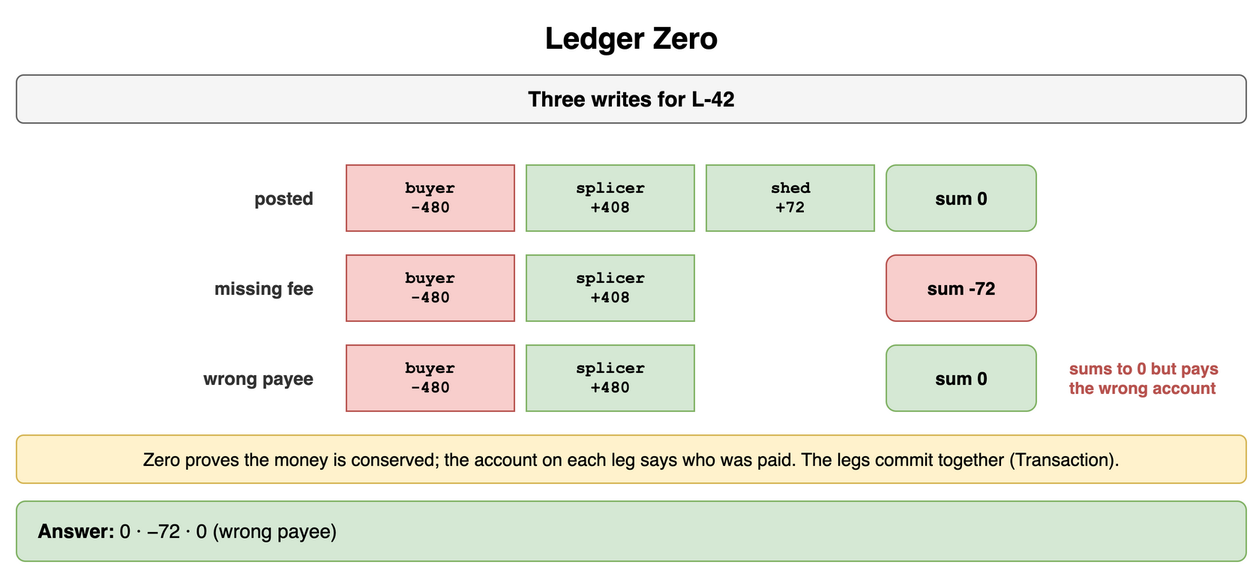
Above: content/09_System_Design_Interview/23_Payment_and_Financial_Systems/diagrams/payments-drills-5-ledger-zero.png in amendez13/swe-study-guide (draw.io), before the change. Source tidied: cells renumbered, new cells last; positions are measured from the earlier drawing's top-left corner, leaving out a move shared by most shapes. Source of this version:
```xml
<mxGraphModel>
  <root>
    <mxCell id="0" />
    <mxCell id="1" parent="0" />
    <mxCell id="2" value="Ledger Zero" style="text;html=1;align=center;verticalAlign=middle;whiteSpace=wrap;fontSize=20;fontStyle=1;" parent="1" vertex="1">
      <mxGeometry width="820" height="30" as="geometry" />
    </mxCell>
    <mxCell id="3" value="Three writes for L-42" style="rounded=1;whiteSpace=wrap;html=1;fillColor=#f5f5f5;strokeColor=#666666;fontStyle=1;fontSize=14;" parent="1" vertex="1">
      <mxGeometry y="40" width="820" height="32" as="geometry" />
    </mxCell>
    <mxCell id="4" value="posted" style="text;html=1;whiteSpace=wrap;fontSize=11;align=right;verticalAlign=middle;fontSize=12;fontColor=#333333;fontStyle=1;" parent="1" vertex="1">
      <mxGeometry y="100" width="200" height="44" as="geometry" />
    </mxCell>
    <mxCell id="5" value="buyer&lt;br&gt;-480" style="rounded=0;whiteSpace=wrap;html=1;fontFamily=Courier New;fontStyle=1;fontSize=13;fillColor=#f8cecc;strokeColor=#b85450;fontSize=11;" parent="1" vertex="1">
      <mxGeometry x="220" y="100" width="112" height="44" as="geometry" />
    </mxCell>
    <mxCell id="6" value="splicer&lt;br&gt;+408" style="rounded=0;whiteSpace=wrap;html=1;fontFamily=Courier New;fontStyle=1;fontSize=13;fillColor=#d5e8d4;strokeColor=#82b366;fontSize=11;" parent="1" vertex="1">
      <mxGeometry x="340" y="100" width="112" height="44" as="geometry" />
    </mxCell>
    <mxCell id="7" value="shed&lt;br&gt;+72" style="rounded=0;whiteSpace=wrap;html=1;fontFamily=Courier New;fontStyle=1;fontSize=13;fillColor=#d5e8d4;strokeColor=#82b366;fontSize=11;" parent="1" vertex="1">
      <mxGeometry x="460" y="100" width="112" height="44" as="geometry" />
    </mxCell>
    <mxCell id="8" value="sum 0" style="rounded=1;whiteSpace=wrap;html=1;fillColor=#d5e8d4;strokeColor=#82b366;fontSize=12;align=center;fontStyle=1;" parent="1" vertex="1">
      <mxGeometry x="580" y="100" width="100" height="44" as="geometry" />
    </mxCell>
    <mxCell id="9" value="missing fee" style="text;html=1;whiteSpace=wrap;fontSize=11;align=right;verticalAlign=middle;fontSize=12;fontColor=#333333;fontStyle=1;" parent="1" vertex="1">
      <mxGeometry y="160" width="200" height="44" as="geometry" />
    </mxCell>
    <mxCell id="10" value="buyer&lt;br&gt;-480" style="rounded=0;whiteSpace=wrap;html=1;fontFamily=Courier New;fontStyle=1;fontSize=13;fillColor=#f8cecc;strokeColor=#b85450;fontSize=11;" parent="1" vertex="1">
      <mxGeometry x="220" y="160" width="112" height="44" as="geometry" />
    </mxCell>
    <mxCell id="11" value="splicer&lt;br&gt;+408" style="rounded=0;whiteSpace=wrap;html=1;fontFamily=Courier New;fontStyle=1;fontSize=13;fillColor=#d5e8d4;strokeColor=#82b366;fontSize=11;" parent="1" vertex="1">
      <mxGeometry x="340" y="160" width="112" height="44" as="geometry" />
    </mxCell>
    <mxCell id="12" value="sum -72" style="rounded=1;whiteSpace=wrap;html=1;fillColor=#f8cecc;strokeColor=#b85450;fontSize=12;align=center;fontStyle=1;" parent="1" vertex="1">
      <mxGeometry x="580" y="160" width="100" height="44" as="geometry" />
    </mxCell>
    <mxCell id="13" value="wrong payee" style="text;html=1;whiteSpace=wrap;fontSize=11;align=right;verticalAlign=middle;fontSize=12;fontColor=#333333;fontStyle=1;" parent="1" vertex="1">
      <mxGeometry y="220" width="200" height="44" as="geometry" />
    </mxCell>
    <mxCell id="14" value="buyer&lt;br&gt;-480" style="rounded=0;whiteSpace=wrap;html=1;fontFamily=Courier New;fontStyle=1;fontSize=13;fillColor=#f8cecc;strokeColor=#b85450;fontSize=11;" parent="1" vertex="1">
      <mxGeometry x="220" y="220" width="112" height="44" as="geometry" />
    </mxCell>
    <mxCell id="15" value="splicer&lt;br&gt;+480" style="rounded=0;whiteSpace=wrap;html=1;fontFamily=Courier New;fontStyle=1;fontSize=13;fillColor=#d5e8d4;strokeColor=#82b366;fontSize=11;" parent="1" vertex="1">
      <mxGeometry x="340" y="220" width="112" height="44" as="geometry" />
    </mxCell>
    <mxCell id="16" value="sum 0" style="rounded=1;whiteSpace=wrap;html=1;fillColor=#d5e8d4;strokeColor=#82b366;fontSize=12;align=center;fontStyle=1;" parent="1" vertex="1">
      <mxGeometry x="580" y="220" width="100" height="44" as="geometry" />
    </mxCell>
    <mxCell id="17" value="sums to 0 but pays the wrong account" style="text;html=1;whiteSpace=wrap;fontSize=11;align=left;verticalAlign=middle;fontSize=11;fontColor=#b85450;fontStyle=1;" parent="1" vertex="1">
      <mxGeometry x="700" y="220" width="120" height="44" as="geometry" />
    </mxCell>
    <mxCell id="18" value="Zero proves the money is conserved; the account on each leg says who was paid. The legs commit together (Transaction)." style="rounded=1;whiteSpace=wrap;html=1;fillColor=#fff2cc;strokeColor=#d6b656;fontSize=12;align=center;" parent="1" vertex="1">
      <mxGeometry y="280" width="820" height="32" as="geometry" />
    </mxCell>
    <mxCell id="19" value="&lt;b&gt;Answer:&lt;/b&gt; 0 · −72 · 0 (wrong payee)" style="rounded=1;whiteSpace=wrap;html=1;fillColor=#d5e8d4;strokeColor=#82b366;fontSize=13;align=left;spacingLeft=12;" parent="1" vertex="1">
      <mxGeometry y="324" width="820" height="40" as="geometry" />
    </mxCell>
  </root>
</mxGraphModel>
```
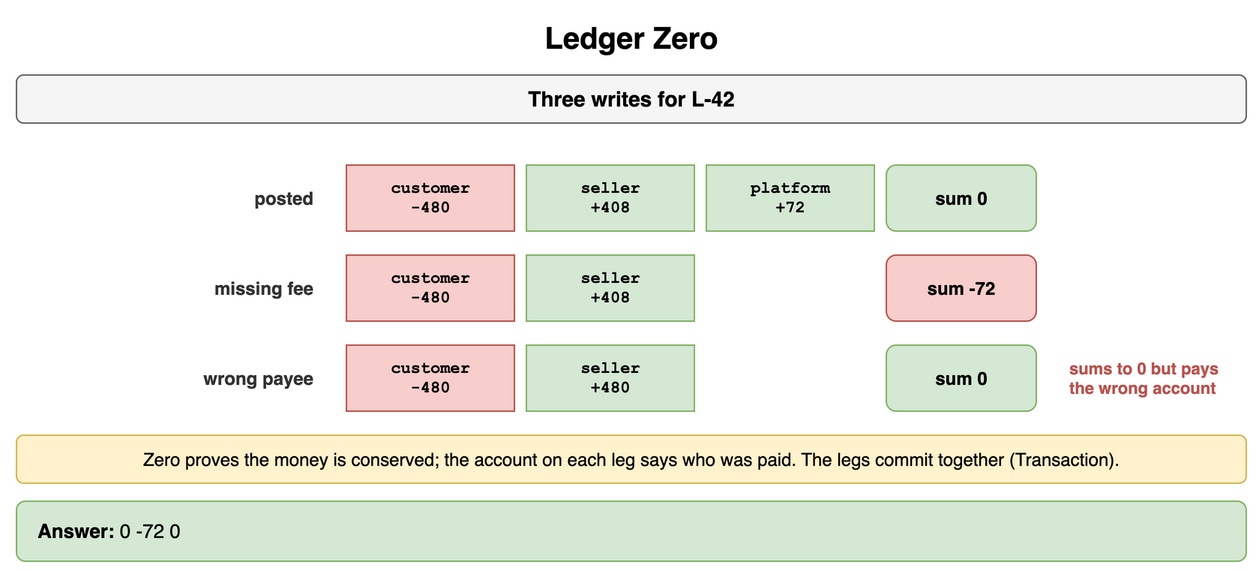
The same diagram one commit later.

The edit, as a diff of the source:
```diff
@@ -11,13 +11,13 @@
     <mxCell id="4" value="posted" style="text;html=1;whiteSpace=wrap;fontSize=11;align=right;verticalAlign=middle;fontSize=12;fontColor=#333333;fontStyle=1;" parent="1" vertex="1">
       <mxGeometry y="100" width="200" height="44" as="geometry" />
     </mxCell>
-    <mxCell id="5" value="buyer&lt;br&gt;-480" style="rounded=0;whiteSpace=wrap;html=1;fontFamily=Courier New;fontStyle=1;fontSize=13;fillColor=#f8cecc;strokeColor=#b85450;fontSize=11;" parent="1" vertex="1">
+    <mxCell id="5" value="customer&lt;br&gt;-480" style="rounded=0;whiteSpace=wrap;html=1;fontFamily=Courier New;fontStyle=1;fontSize=13;fillColor=#f8cecc;strokeColor=#b85450;fontSize=11;" parent="1" vertex="1">
       <mxGeometry x="220" y="100" width="112" height="44" as="geometry" />
     </mxCell>
-    <mxCell id="6" value="splicer&lt;br&gt;+408" style="rounded=0;whiteSpace=wrap;html=1;fontFamily=Courier New;fontStyle=1;fontSize=13;fillColor=#d5e8d4;strokeColor=#82b366;fontSize=11;" parent="1" vertex="1">
+    <mxCell id="6" value="seller&lt;br&gt;+408" style="rounded=0;whiteSpace=wrap;html=1;fontFamily=Courier New;fontStyle=1;fontSize=13;fillColor=#d5e8d4;strokeColor=#82b366;fontSize=11;" parent="1" vertex="1">
       <mxGeometry x="340" y="100" width="112" height="44" as="geometry" />
     </mxCell>
-    <mxCell id="7" value="shed&lt;br&gt;+72" style="rounded=0;whiteSpace=wrap;html=1;fontFamily=Courier New;fontStyle=1;fontSize=13;fillColor=#d5e8d4;strokeColor=#82b366;fontSize=11;" parent="1" vertex="1">
+    <mxCell id="7" value="platform&lt;br&gt;+72" style="rounded=0;whiteSpace=wrap;html=1;fontFamily=Courier New;fontStyle=1;fontSize=13;fillColor=#d5e8d4;strokeColor=#82b366;fontSize=11;" parent="1" vertex="1">
       <mxGeometry x="460" y="100" width="112" height="44" as="geometry" />
     </mxCell>
     <mxCell id="8" value="sum 0" style="rounded=1;whiteSpace=wrap;html=1;fillColor=#d5e8d4;strokeColor=#82b366;fontSize=12;align=center;fontStyle=1;" parent="1" vertex="1">
@@ -26,10 +26,10 @@
     <mxCell id="9" value="missing fee" style="text;html=1;whiteSpace=wrap;fontSize=11;align=right;verticalAlign=middle;fontSize=12;fontColor=#333333;fontStyle=1;" parent="1" vertex="1">
       <mxGeometry y="160" width="200" height="44" as="geometry" />
     </mxCell>
-    <mxCell id="10" value="buyer&lt;br&gt;-480" style="rounded=0;whiteSpace=wrap;html=1;fontFamily=Courier New;fontStyle=1;fontSize=13;fillColor=#f8cecc;strokeColor=#b85450;fontSize=11;" parent="1" vertex="1">
+    <mxCell id="10" value="customer&lt;br&gt;-480" style="rounded=0;whiteSpace=wrap;html=1;fontFamily=Courier New;fontStyle=1;fontSize=13;fillColor=#f8cecc;strokeColor=#b85450;fontSize=11;" parent="1" vertex="1">
       <mxGeometry x="220" y="160" width="112" height="44" as="geometry" />
     </mxCell>
-    <mxCell id="11" value="splicer&lt;br&gt;+408" style="rounded=0;whiteSpace=wrap;html=1;fontFamily=Courier New;fontStyle=1;fontSize=13;fillColor=#d5e8d4;strokeColor=#82b366;fontSize=11;" parent="1" vertex="1">
+    <mxCell id="11" value="seller&lt;br&gt;+408" style="rounded=0;whiteSpace=wrap;html=1;fontFamily=Courier New;fontStyle=1;fontSize=13;fillColor=#d5e8d4;strokeColor=#82b366;fontSize=11;" parent="1" vertex="1">
       <mxGeometry x="340" y="160" width="112" height="44" as="geometry" />
     </mxCell>
     <mxCell id="12" value="sum -72" style="rounded=1;whiteSpace=wrap;html=1;fillColor=#f8cecc;strokeColor=#b85450;fontSize=12;align=center;fontStyle=1;" parent="1" vertex="1">
@@ -38,10 +38,10 @@
     <mxCell id="13" value="wrong payee" style="text;html=1;whiteSpace=wrap;fontSize=11;align=right;verticalAlign=middle;fontSize=12;fontColor=#333333;fontStyle=1;" parent="1" vertex="1">
       <mxGeometry y="220" width="200" height="44" as="geometry" />
     </mxCell>
-    <mxCell id="14" value="buyer&lt;br&gt;-480" style="rounded=0;whiteSpace=wrap;html=1;fontFamily=Courier New;fontStyle=1;fontSize=13;fillColor=#f8cecc;strokeColor=#b85450;fontSize=11;" parent="1" vertex="1">
+    <mxCell id="14" value="customer&lt;br&gt;-480" style="rounded=0;whiteSpace=wrap;html=1;fontFamily=Courier New;fontStyle=1;fontSize=13;fillColor=#f8cecc;strokeColor=#b85450;fontSize=11;" parent="1" vertex="1">
       <mxGeometry x="220" y="220" width="112" height="44" as="geometry" />
     </mxCell>
-    <mxCell id="15" value="splicer&lt;br&gt;+480" style="rounded=0;whiteSpace=wrap;html=1;fontFamily=Courier New;fontStyle=1;fontSize=13;fillColor=#d5e8d4;strokeColor=#82b366;fontSize=11;" parent="1" vertex="1">
+    <mxCell id="15" value="seller&lt;br&gt;+480" style="rounded=0;whiteSpace=wrap;html=1;fontFamily=Courier New;fontStyle=1;fontSize=13;fillColor=#d5e8d4;strokeColor=#82b366;fontSize=11;" parent="1" vertex="1">
       <mxGeometry x="340" y="220" width="112" height="44" as="geometry" />
     </mxCell>
     <mxCell id="16" value="sum 0" style="rounded=1;whiteSpace=wrap;html=1;fillColor=#d5e8d4;strokeColor=#82b366;fontSize=12;align=center;fontStyle=1;" parent="1" vertex="1">
@@ -53,7 +53,7 @@
     <mxCell id="18" value="Zero proves the money is conserved; the account on each leg says who was paid. The legs commit together (Transaction)." style="rounded=1;whiteSpace=wrap;html=1;fillColor=#fff2cc;strokeColor=#d6b656;fontSize=12;align=center;" parent="1" vertex="1">
       <mxGeometry y="280" width="820" height="32" as="geometry" />
     </mxCell>
-    <mxCell id="19" value="&lt;b&gt;Answer:&lt;/b&gt; 0 · −72 · 0 (wrong payee)" style="rounded=1;whiteSpace=wrap;html=1;fillColor=#d5e8d4;strokeColor=#82b366;fontSize=13;align=left;spacingLeft=12;" parent="1" vertex="1">
+    <mxCell id="19" value="&lt;b&gt;Answer:&lt;/b&gt; 0 -72 0" style="rounded=1;whiteSpace=wrap;html=1;fillColor=#d5e8d4;strokeColor=#82b366;fontSize=13;align=left;spacingLeft=12;" parent="1" vertex="1">
       <mxGeometry y="324" width="820" height="40" as="geometry" />
     </mxCell>
   </root>
```
